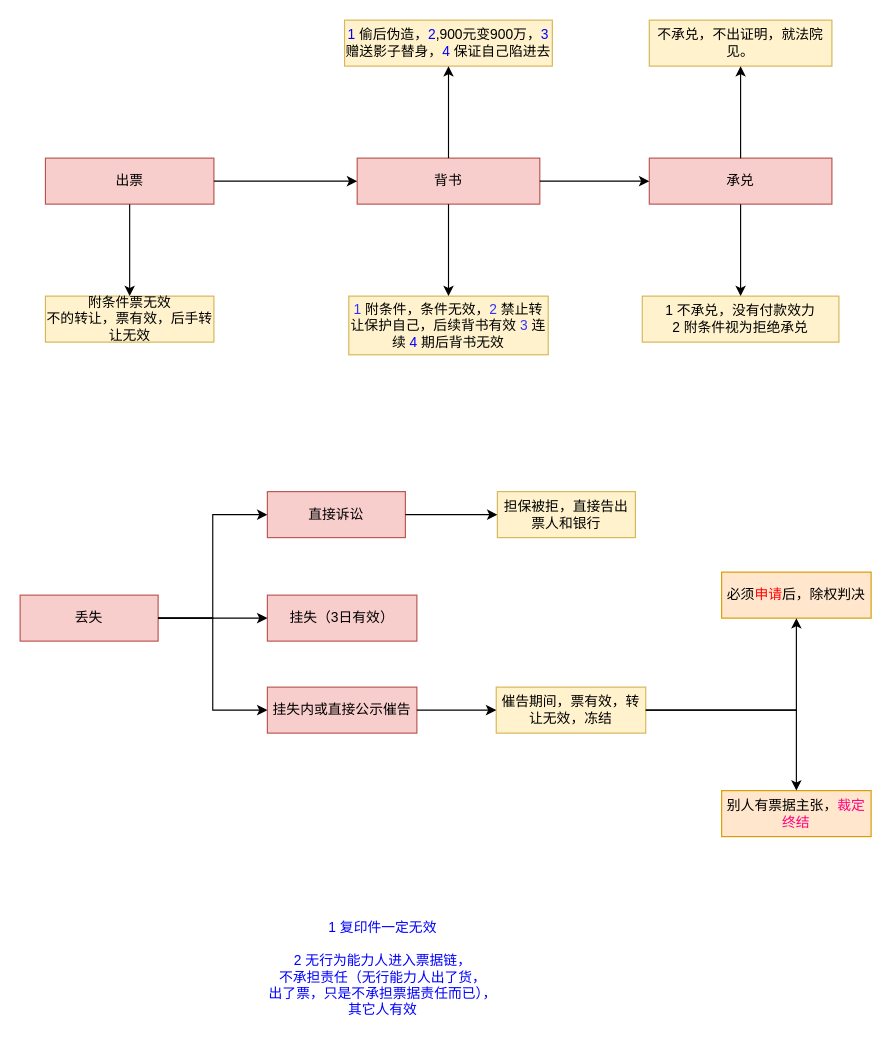
This is 流程图文件/商经知/专题6票据法.drawio from woshiduanli/Study, a draw.io file, before an edit. Source tidied: cells renumbered, new cells numbered last; positions are measured from the earlier drawing's top-left corner, leaving out a move shared by most shapes. Both pictures are drawn from the tidied source at 115%, with x=0, y=0 at pixel (20, 20).
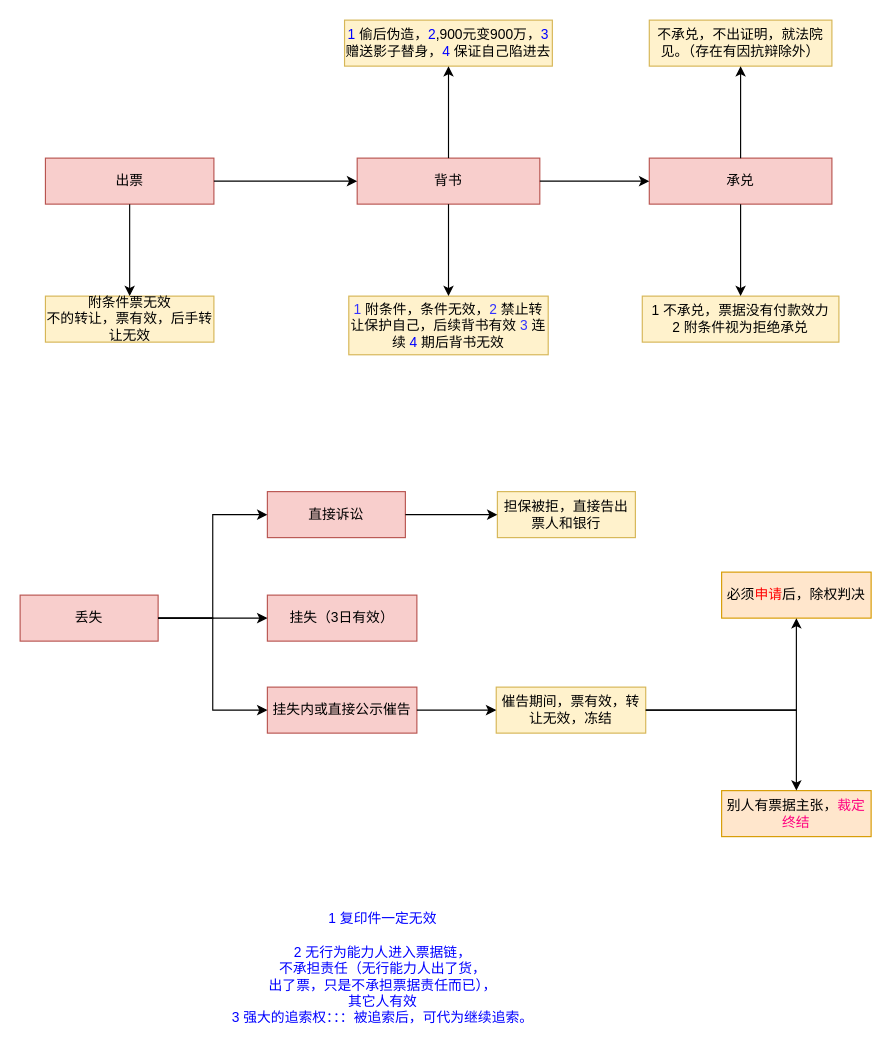
Above is the later version.

Commit message (it also covers changes not shown here):
更新专题6票据法.drawio

Unchanged cells that the change refers to:
```xml
<mxCell id="19" style="group;" parent="1" vertex="1">
  <mxGeometry x="22" width="690" height="291" as="geometry" />
</mxCell>
```

Diff of the diagram source:
```diff
@@
-    <mxCell id="2" value="&lt;font color=&quot;#0000ff&quot;&gt;1 复印件一定无效&lt;br&gt;&lt;br&gt;2 无行为能力人进入票据链，&lt;br&gt;不承担责任（无行能力人出了货，&lt;br&gt;出了票，只是不承担票据责任而已）， &lt;br&gt;其它人有效&lt;br&gt;&lt;/font&gt;" style="text;html=1;align=center;verticalAlign=middle;strokeColor=none;fillColor=none;fontColor=#FF0080;" parent="1" vertex="1">
-      <mxGeometry x="205" y="780" width="220" height="90" as="geometry" />
+    <mxCell id="2" value="&lt;font color=&quot;#0000ff&quot;&gt;1 复印件一定无效&lt;br&gt;&lt;br&gt;2 无行为能力人进入票据链，&lt;br&gt;不承担责任（无行能力人出了货，&lt;br&gt;出了票，只是不承担票据责任而已）， &lt;br&gt;其它人有效&lt;br&gt;3 强大的追索权：：：被追索后，可代为继续追索。&lt;br&gt;&lt;/font&gt;" style="text;html=1;align=center;verticalAlign=middle;strokeColor=none;fillColor=none;fontColor=#FF0080;" parent="1" vertex="1">
+      <mxGeometry x="170" y="775" width="290" height="100" as="geometry" />
     </mxCell>
@@
-    <mxCell id="29" value="1 不承兑，没有付款效力&lt;br&gt;2 附条件视为拒绝承兑" style="rounded=0;whiteSpace=wrap;html=1;fillColor=#fff2cc;strokeColor=#d6b656;" parent="19" vertex="1">
+    <mxCell id="29" value="1 不承兑，票据没有付款效力&lt;br&gt;2 附条件视为拒绝承兑" style="rounded=0;whiteSpace=wrap;html=1;fillColor=#fff2cc;strokeColor=#d6b656;" parent="19" vertex="1">
       <mxGeometry x="519" y="240" width="171" height="40" as="geometry" />
     </mxCell>
@@
-    <mxCell id="33" value="不承兑，不出证明，就法院见。" style="rounded=0;whiteSpace=wrap;html=1;fillColor=#fff2cc;strokeColor=#d6b656;" parent="19" vertex="1">
+    <mxCell id="33" value="不承兑，不出证明，就法院见。（存在有因抗辩除外）" style="rounded=0;whiteSpace=wrap;html=1;fillColor=#fff2cc;strokeColor=#d6b656;" parent="19" vertex="1">
       <mxGeometry x="525.1" width="158.8" height="40" as="geometry" />
     </mxCell>
```
